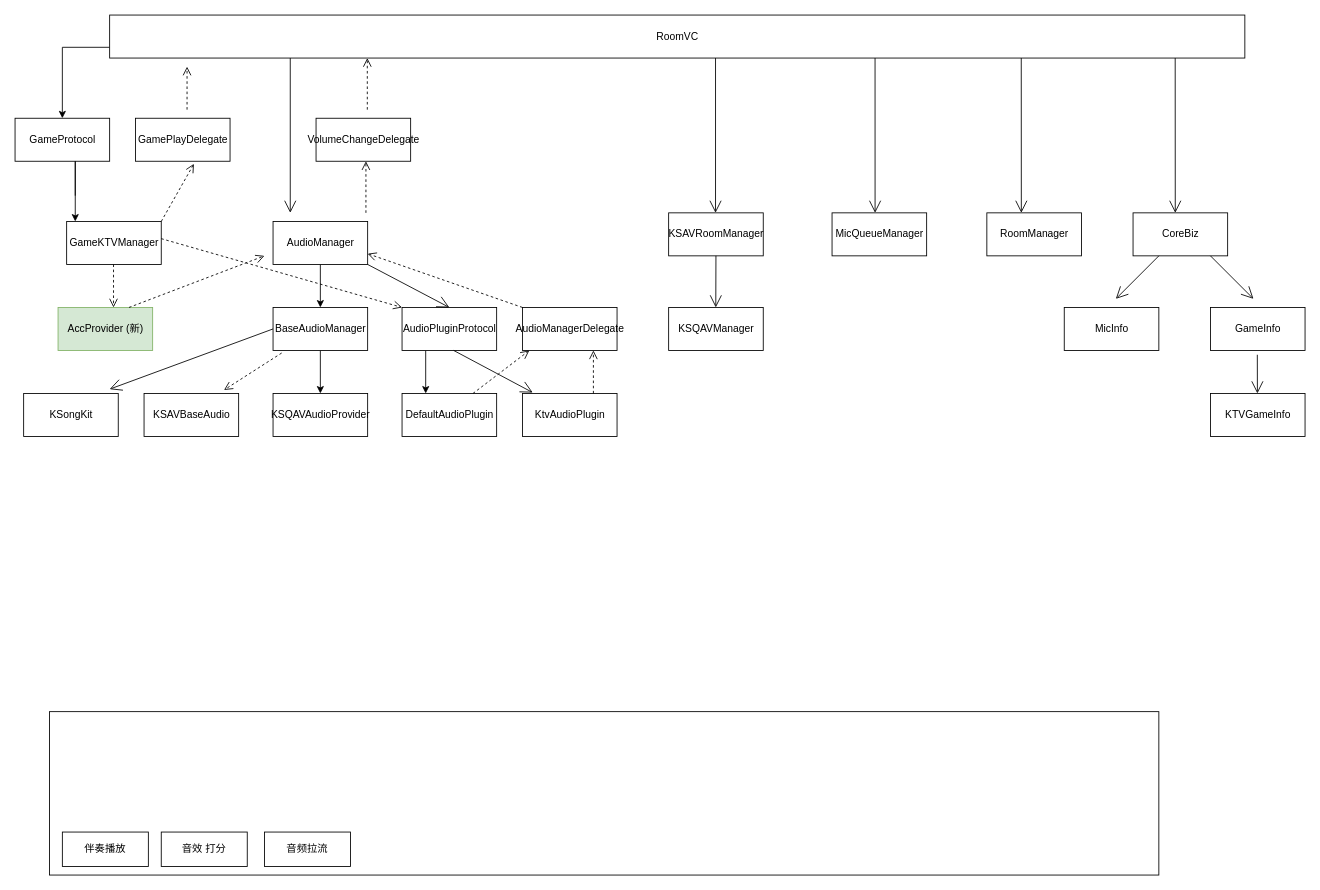
The draw.io diagram KTVRoomFramework.drawio in lixianmao/App, before the edit. Source tidied: cells renumbered, new cells numbered last; positions are measured from the earlier drawing's top-left corner, leaving out a move shared by most shapes. Both pictures are drawn from the tidied source at 86%, with x=0, y=0 at pixel (15, 15).
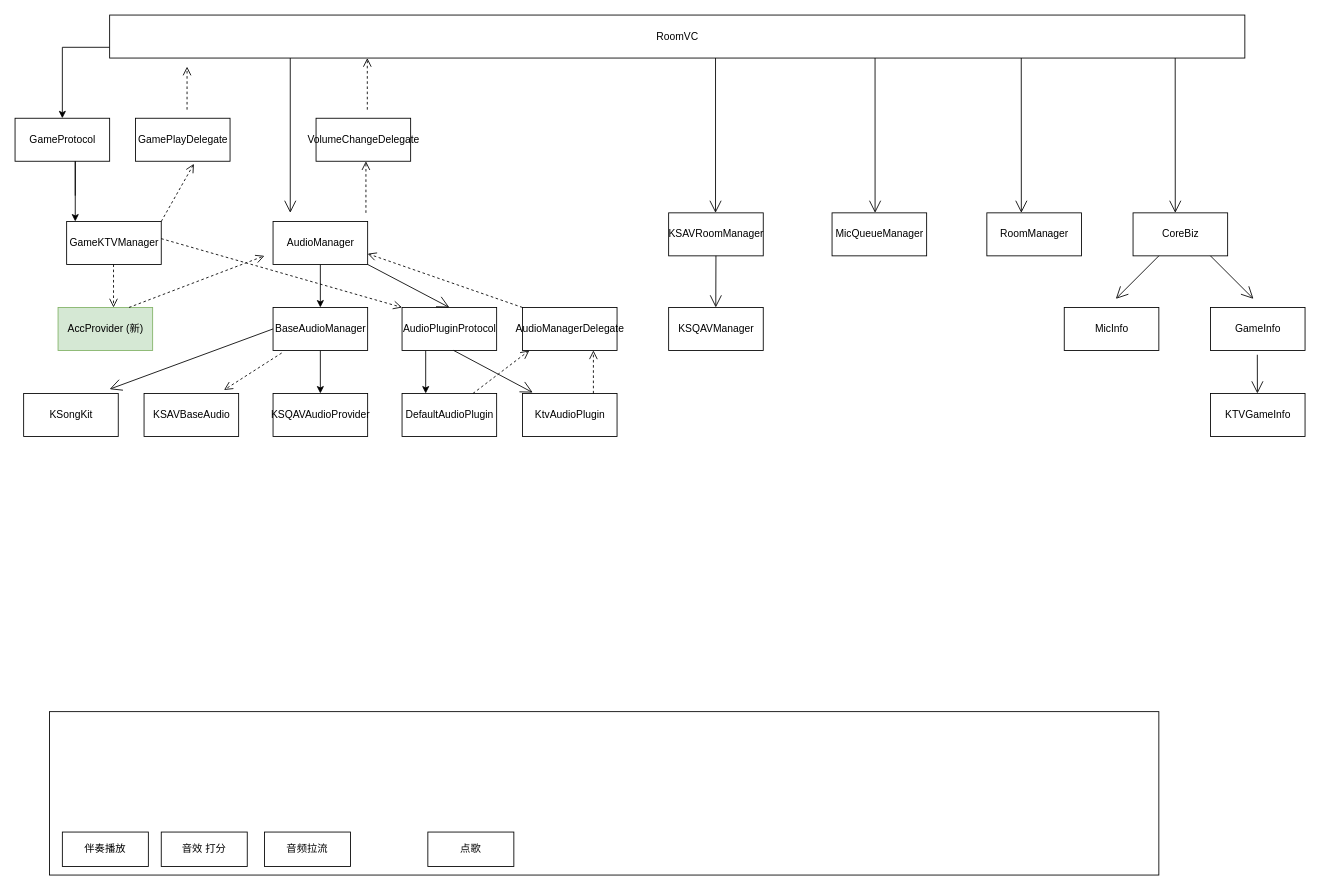
After the change.

Change to the diagram source:
```diff
@@
+    <mxCell id="57" value="点歌" style="rounded=0;whiteSpace=wrap;html=1;" parent="1" vertex="1">
+      <mxGeometry x="480" y="950" width="100" height="40" as="geometry" />
+    </mxCell>
```
